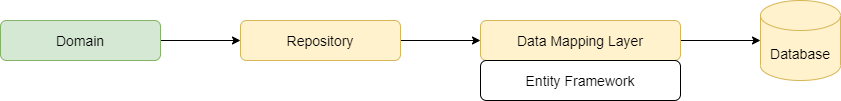
lastunicorn/Shop keeps this draw.io diagram as doc/repository.drawio.png. Above is the earlier version. Source tidied: cells renumbered, new cells last; positions are measured from the earlier drawing's top-left corner, leaving out a move shared by most shapes. Source of this version:
```xml
<mxGraphModel>
  <root>
    <mxCell id="0" />
    <mxCell id="1" parent="0" />
    <mxCell id="2" style="edgeStyle=orthogonalEdgeStyle;rounded=0;jettySize=auto;html=1;exitX=1;exitY=0.5;exitDx=0;exitDy=0;entryX=0;entryY=0.5;entryDx=0;entryDy=0;sketch=0;fontSize=14;" parent="1" edge="1" source="3" target="5">
      <mxGeometry relative="1" as="geometry" />
    </mxCell>
    <mxCell id="3" value="Repository" style="rounded=1;whiteSpace=wrap;html=1;fillColor=#fff2cc;strokeColor=#d6b656;sketch=0;fontSize=14;" parent="1" vertex="1">
      <mxGeometry x="240" y="20" width="160" height="40" as="geometry" />
    </mxCell>
    <mxCell id="4" style="edgeStyle=orthogonalEdgeStyle;rounded=0;jettySize=auto;html=1;exitX=1;exitY=0.5;exitDx=0;exitDy=0;entryX=0;entryY=0.5;entryDx=0;entryDy=0;entryPerimeter=0;sketch=0;fontSize=14;" parent="1" edge="1" source="5" target="6">
      <mxGeometry relative="1" as="geometry" />
    </mxCell>
    <mxCell id="5" value="Data Mapping&amp;nbsp;Layer" style="rounded=1;whiteSpace=wrap;html=1;fillColor=#fff2cc;strokeColor=#d6b656;sketch=0;fontSize=14;" parent="1" vertex="1">
      <mxGeometry x="480" y="20" width="200" height="40" as="geometry" />
    </mxCell>
    <mxCell id="6" value="Database" style="shape=cylinder3;whiteSpace=wrap;html=1;boundedLbl=1;backgroundOutline=1;size=15;fillColor=#fff2cc;strokeColor=#d6b656;sketch=0;fontSize=14;" parent="1" vertex="1">
      <mxGeometry x="760" width="80" height="80" as="geometry" />
    </mxCell>
    <mxCell id="7" value="Entity Framework" style="rounded=1;whiteSpace=wrap;html=1;sketch=0;fontSize=14;" parent="1" vertex="1">
      <mxGeometry x="480" y="60" width="200" height="40" as="geometry" />
    </mxCell>
    <mxCell id="8" style="edgeStyle=orthogonalEdgeStyle;rounded=0;sketch=0;jettySize=auto;html=1;exitX=1;exitY=0.5;exitDx=0;exitDy=0;entryX=0;entryY=0.5;entryDx=0;entryDy=0;fontSize=14;" parent="1" edge="1" source="9" target="3">
      <mxGeometry relative="1" as="geometry" />
    </mxCell>
    <mxCell id="9" value="Domain" style="rounded=1;whiteSpace=wrap;html=1;fillColor=#d5e8d4;strokeColor=#82b366;sketch=0;fontSize=14;" parent="1" vertex="1">
      <mxGeometry y="20" width="160" height="40" as="geometry" />
    </mxCell>
  </root>
</mxGraphModel>
```
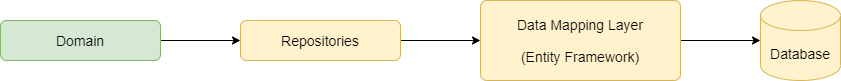
The same file after the commit.

The edit, as a diff of the source:
```diff
@@ -5,21 +5,18 @@
     <mxCell id="2" style="edgeStyle=orthogonalEdgeStyle;rounded=0;jettySize=auto;html=1;exitX=1;exitY=0.5;exitDx=0;exitDy=0;entryX=0;entryY=0.5;entryDx=0;entryDy=0;sketch=0;fontSize=14;" parent="1" edge="1" source="3" target="5">
       <mxGeometry relative="1" as="geometry" />
     </mxCell>
-    <mxCell id="3" value="Repository" style="rounded=1;whiteSpace=wrap;html=1;fillColor=#fff2cc;strokeColor=#d6b656;sketch=0;fontSize=14;" parent="1" vertex="1">
+    <mxCell id="3" value="Repositories" style="rounded=1;whiteSpace=wrap;html=1;fillColor=#fff2cc;strokeColor=#d6b656;sketch=0;fontSize=14;" parent="1" vertex="1">
       <mxGeometry x="240" y="20" width="160" height="40" as="geometry" />
     </mxCell>
     <mxCell id="4" style="edgeStyle=orthogonalEdgeStyle;rounded=0;jettySize=auto;html=1;exitX=1;exitY=0.5;exitDx=0;exitDy=0;entryX=0;entryY=0.5;entryDx=0;entryDy=0;entryPerimeter=0;sketch=0;fontSize=14;" parent="1" edge="1" source="5" target="6">
       <mxGeometry relative="1" as="geometry" />
     </mxCell>
-    <mxCell id="5" value="Data Mapping&amp;nbsp;Layer" style="rounded=1;whiteSpace=wrap;html=1;fillColor=#fff2cc;strokeColor=#d6b656;sketch=0;fontSize=14;" parent="1" vertex="1">
-      <mxGeometry x="480" y="20" width="200" height="40" as="geometry" />
+    <mxCell id="5" value="Data Mapping&amp;nbsp;Layer&lt;br&gt;&lt;br&gt;(Entity Framework)" style="rounded=1;whiteSpace=wrap;html=1;fillColor=#fff2cc;strokeColor=#d6b656;sketch=0;fontSize=14;arcSize=8;" parent="1" vertex="1">
+      <mxGeometry x="480" width="200" height="80" as="geometry" />
     </mxCell>
     <mxCell id="6" value="Database" style="shape=cylinder3;whiteSpace=wrap;html=1;boundedLbl=1;backgroundOutline=1;size=15;fillColor=#fff2cc;strokeColor=#d6b656;sketch=0;fontSize=14;" parent="1" vertex="1">
       <mxGeometry x="760" width="80" height="80" as="geometry" />
     </mxCell>
-    <mxCell id="7" value="Entity Framework" style="rounded=1;whiteSpace=wrap;html=1;sketch=0;fontSize=14;" parent="1" vertex="1">
-      <mxGeometry x="480" y="60" width="200" height="40" as="geometry" />
-    </mxCell>
     <mxCell id="8" style="edgeStyle=orthogonalEdgeStyle;rounded=0;sketch=0;jettySize=auto;html=1;exitX=1;exitY=0.5;exitDx=0;exitDy=0;entryX=0;entryY=0.5;entryDx=0;entryDy=0;fontSize=14;" parent="1" edge="1" source="9" target="3">
       <mxGeometry relative="1" as="geometry" />
     </mxCell>
```
